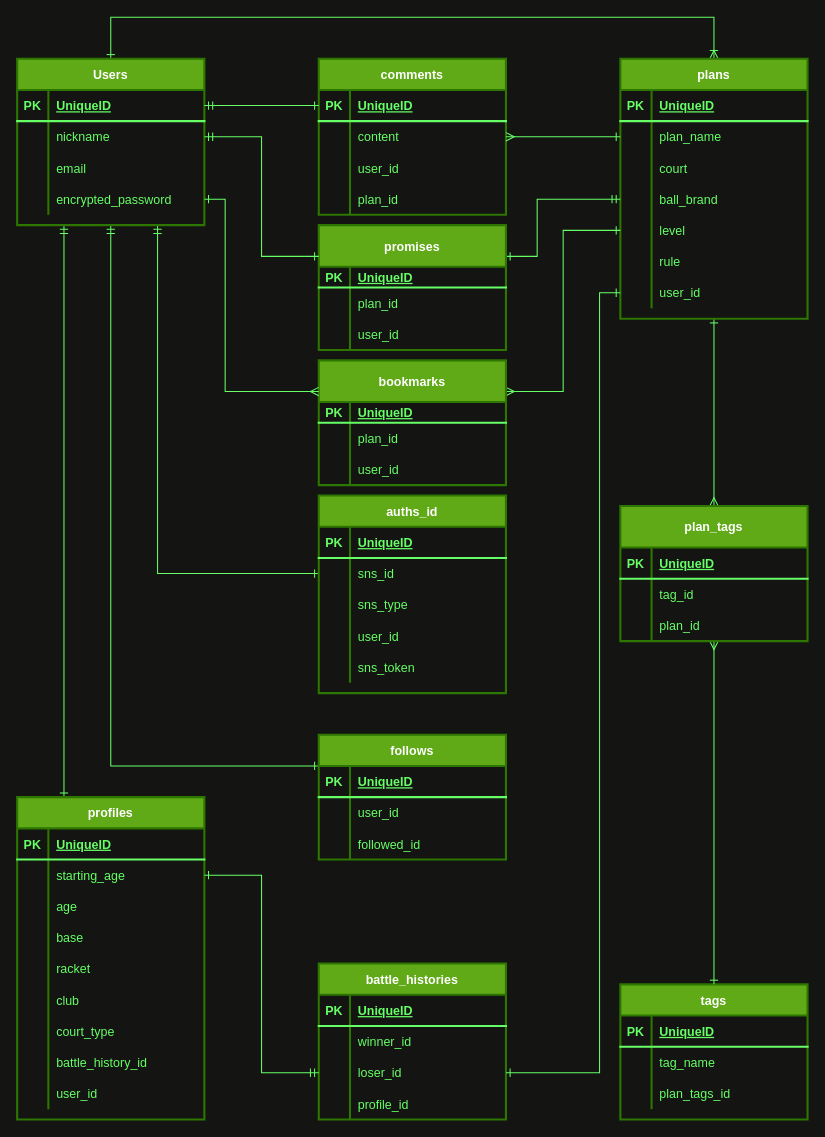
0123takaokeita/Tennis_encounter keeps this draw.io diagram as config/db.dio. Above is the earlier version. Source tidied: cells renumbered, new cells numbered last; positions are measured from the earlier drawing's top-left corner, leaving out a move shared by most shapes. Both pictures are drawn from the tidied source at 104%, with x=0, y=0 at pixel (17, 17).
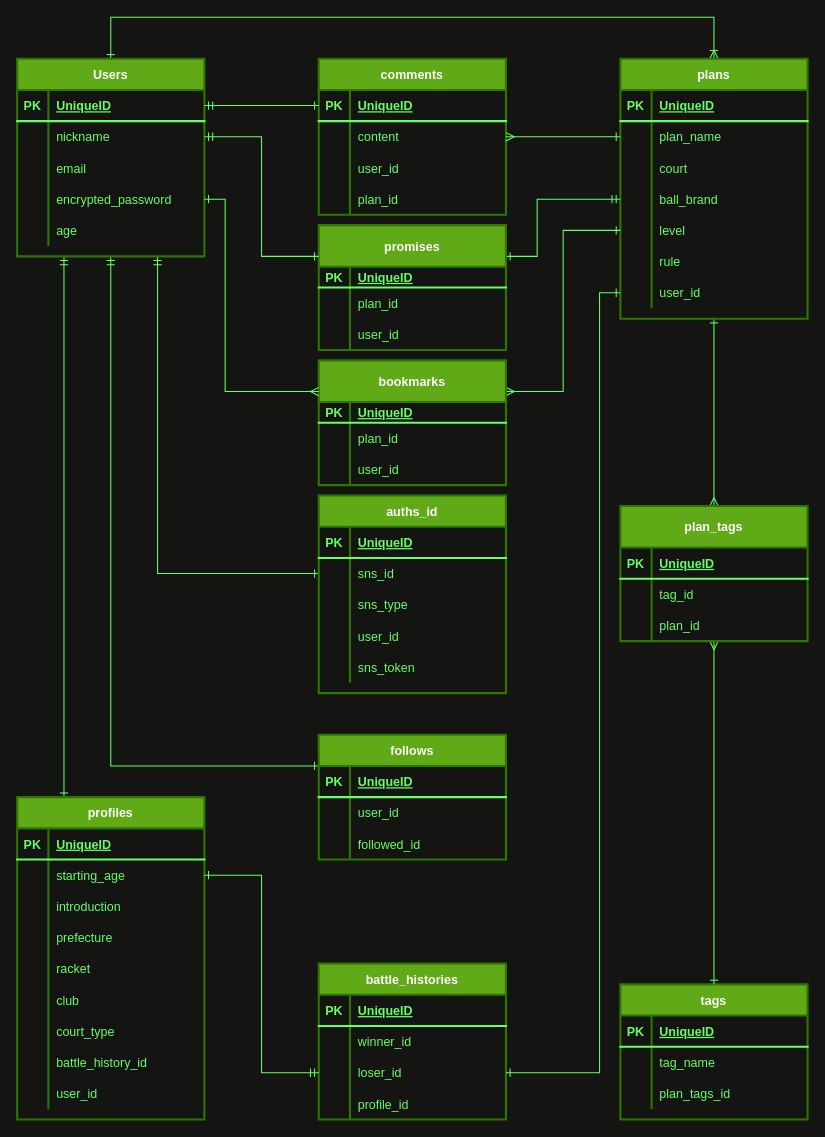
The same page after the edit.

Commit message (it also covers changes not shown here):
read me編集

Unchanged cells that the change refers to:
```xml
<mxCell id="49" style="shape=partialRectangle;fillColor=none;top=0;left=0;bottom=0;right=0;labelBackgroundColor=none;strokeWidth=2;strokeColor=#66FF66;fontColor=#66FF66;" parent="42" vertex="1">
  <mxGeometry y="90" width="180" height="30" as="geometry" />
</mxCell>
<mxCell id="52" style="shape=partialRectangle;fillColor=none;top=0;left=0;bottom=0;right=0;labelBackgroundColor=none;strokeWidth=2;strokeColor=#66FF66;fontColor=#66FF66;" parent="42" vertex="1">
  <mxGeometry y="120" width="180" height="30" as="geometry" />
</mxCell>
```

The edit, as a diff of the source:
```diff
@@
     <mxCell id="6" value="Users" style="shape=table;startSize=30;childLayout=tableLayout;rowLines=0;fontStyle=1;align=center;labelBackgroundColor=none;strokeWidth=2;strokeColor=#2D7600;fontColor=#ffffff;fillColor=#60a917;" parent="1" vertex="1">
-      <mxGeometry y="40" width="180" height="160" as="geometry" />
+      <mxGeometry y="40" width="180" height="190" as="geometry" />
     </mxCell>
@@
+    <mxCell id="172" style="shape=partialRectangle;fillColor=none;top=0;left=0;bottom=0;right=0;labelBackgroundColor=none;strokeWidth=2;strokeColor=#66FF66;fontColor=#66FF66;" parent="6" vertex="1">
+      <mxGeometry y="150" width="180" height="30" as="geometry" />
+    </mxCell>
+    <mxCell id="173" style="shape=partialRectangle;fillColor=none;top=0;left=0;bottom=0;right=0;overflow=hidden;labelBackgroundColor=none;strokeWidth=2;strokeColor=#66FF66;fontColor=#66FF66;" parent="172" vertex="1">
+      <mxGeometry width="30" height="30" as="geometry" />
+    </mxCell>
+    <mxCell id="174" value="age" style="shape=partialRectangle;fillColor=none;top=0;left=0;bottom=0;right=0;align=left;spacingLeft=6;overflow=hidden;labelBackgroundColor=none;strokeWidth=2;strokeColor=#66FF66;fontColor=#66FF66;" parent="172" vertex="1">
+      <mxGeometry x="30" width="150" height="30" as="geometry" />
+    </mxCell>
@@
-    <mxCell id="51" value="age" style="shape=partialRectangle;fillColor=none;top=0;left=0;bottom=0;right=0;align=left;spacingLeft=6;overflow=hidden;labelBackgroundColor=none;strokeWidth=2;strokeColor=#66FF66;fontColor=#66FF66;" parent="49" vertex="1">
+    <mxCell id="51" value="introduction" style="shape=partialRectangle;fillColor=none;top=0;left=0;bottom=0;right=0;align=left;spacingLeft=6;overflow=hidden;labelBackgroundColor=none;strokeWidth=2;strokeColor=#66FF66;fontColor=#66FF66;" parent="49" vertex="1">
       <mxGeometry x="30" width="150" height="30" as="geometry" />
     </mxCell>
@@
-    <mxCell id="54" value="base" style="shape=partialRectangle;fillColor=none;top=0;left=0;bottom=0;right=0;align=left;spacingLeft=6;overflow=hidden;labelBackgroundColor=none;strokeWidth=2;strokeColor=#66FF66;fontColor=#66FF66;" parent="52" vertex="1">
+    <mxCell id="54" value="prefecture" style="shape=partialRectangle;fillColor=none;top=0;left=0;bottom=0;right=0;align=left;spacingLeft=6;overflow=hidden;labelBackgroundColor=none;strokeWidth=2;strokeColor=#66FF66;fontColor=#66FF66;" parent="52" vertex="1">
       <mxGeometry x="30" width="150" height="30" as="geometry" />
     </mxCell>
```
